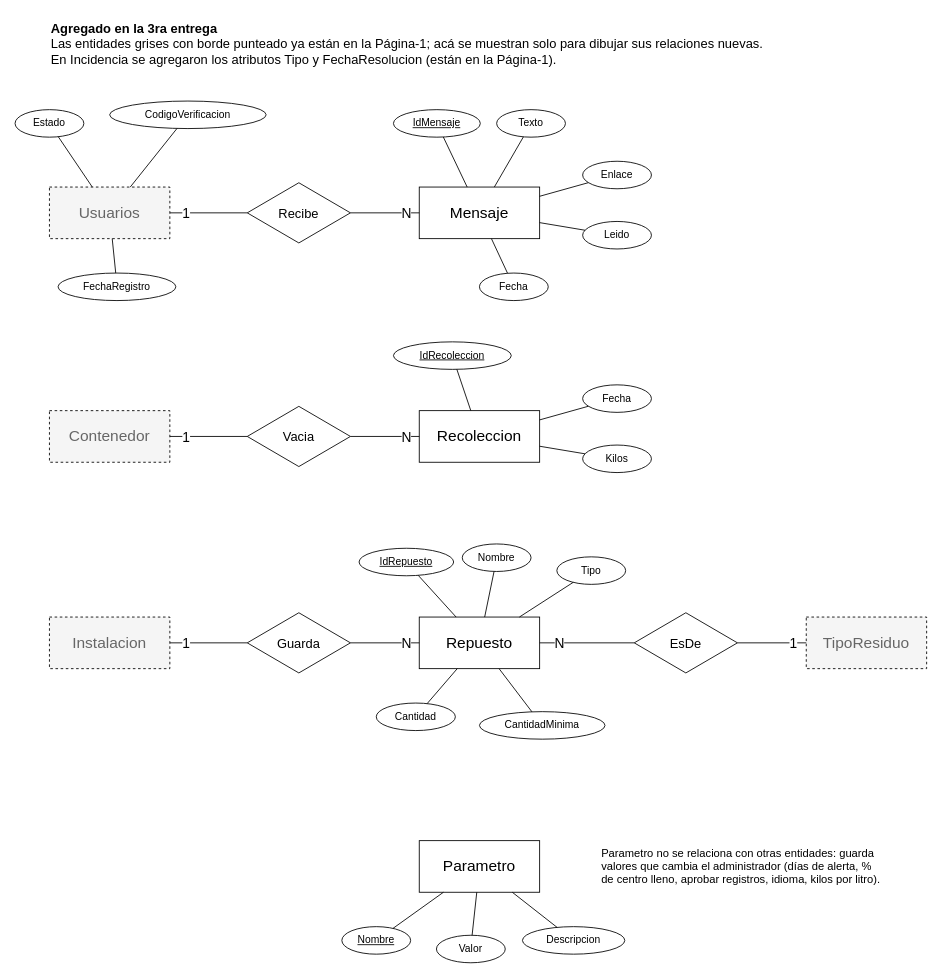
Before: page "Agregado 3ra entrega" (2 of 2) of sigeru-base-datos/mer/sigeru_mer.drawio in joaquinximenez-EcoSync/sigeru, a draw.io diagram. Source tidied: cells renumbered, new cells numbered last; positions are measured from the earlier drawing's top-left corner, leaving out a move shared by most shapes. Both pictures are drawn from the tidied source at 86%, with x=0, y=0 at pixel (15, 15).
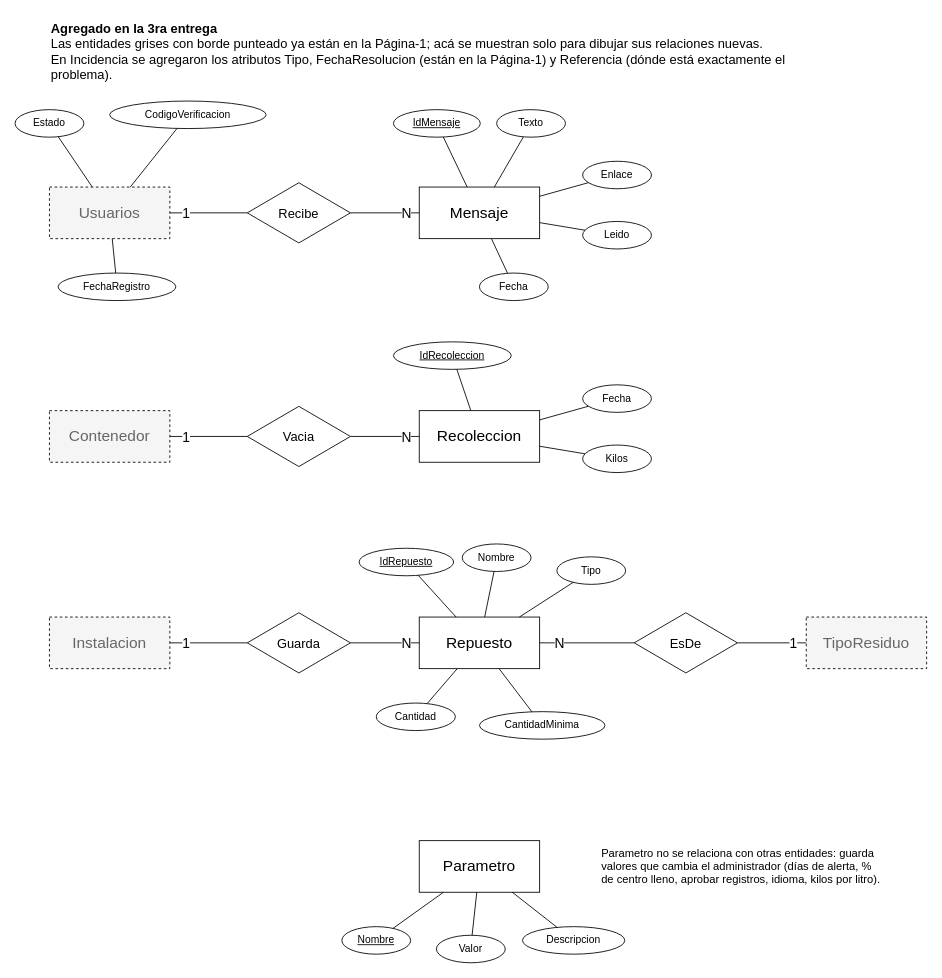
The same page after the edit.

Commit message (it also covers changes not shown here):
Base de datos: incidencias con lugar y tipo Basura en la calle, datos de prueba sin incidencias

The edit, as a diff of the source:
```diff
@@
-    <mxCell id="2" value="&lt;b&gt;Agregado en la 3ra entrega&lt;/b&gt;&lt;br&gt;Las entidades grises con borde punteado ya están en la Página-1; acá se muestran solo para dibujar sus relaciones nuevas.&lt;br&gt;En Incidencia se agregaron los atributos Tipo y FechaResolucion (están en la Página-1)." style="text;html=1;whiteSpace=wrap;align=left;verticalAlign=top;fontSize=15;" parent="1" vertex="1">
+    <mxCell id="2" value="&lt;b&gt;Agregado en la 3ra entrega&lt;/b&gt;&lt;br&gt;Las entidades grises con borde punteado ya están en la Página-1; acá se muestran solo para dibujar sus relaciones nuevas.&lt;br&gt;En Incidencia se agregaron los atributos Tipo, FechaResolucion (están en la Página-1) y Referencia (dónde está exactamente el problema)." style="text;html=1;whiteSpace=wrap;align=left;verticalAlign=top;fontSize=15;" parent="1" vertex="1">
       <mxGeometry x="40" width="900" height="80" as="geometry" />
     </mxCell>
```
